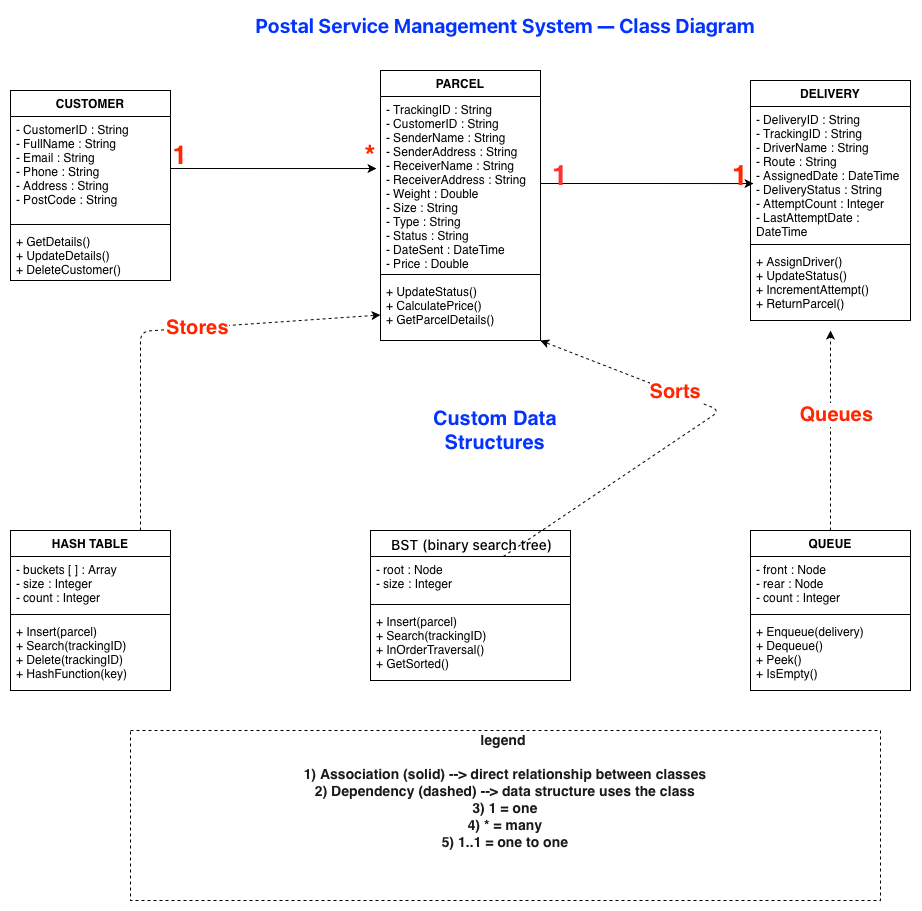
This is design/class-diagram.drawio.png from MeetMande/Postal-Service-Management-System, a draw.io export, as it was before one commit. Source tidied: cells renumbered, new cells last; positions are measured from the earlier drawing's top-left corner, leaving out a move shared by most shapes.
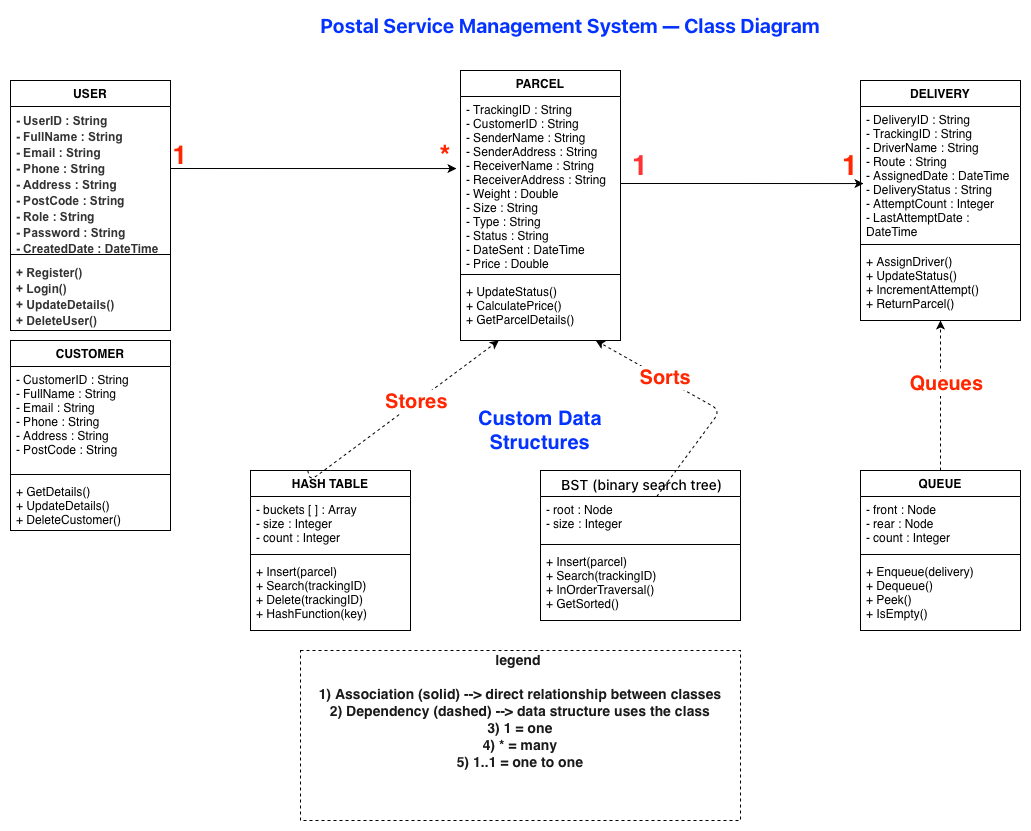
After the commit.

Diff of the diagram source:
```diff
@@ -3,7 +3,7 @@
     <mxCell id="0" />
     <mxCell id="1" parent="0" />
     <mxCell id="2" value="CUSTOMER" style="swimlane;fontStyle=1;align=center;verticalAlign=top;horizontal=1;startSize=26;whiteSpace=wrap;html=1;" parent="1" vertex="1">
-      <mxGeometry y="80" width="160" height="190" as="geometry" />
+      <mxGeometry y="330" width="160" height="190" as="geometry" />
     </mxCell>
     <mxCell id="3" value="&lt;div&gt;- CustomerID : String&lt;/div&gt;&lt;div&gt;- FullName : String&lt;/div&gt;&lt;div&gt;- Email : String&lt;/div&gt;&lt;div&gt;- Phone : String&lt;/div&gt;&lt;div&gt;- Address : String&lt;/div&gt;&lt;div&gt;- PostCode : String&lt;/div&gt;" style="text;strokeColor=none;fillColor=none;align=left;verticalAlign=top;spacingLeft=4;spacingRight=4;overflow=hidden;whiteSpace=wrap;html=1;" parent="2" vertex="1">
       <mxGeometry y="26" width="160" height="104" as="geometry" />
@@ -15,7 +15,7 @@
       <mxGeometry y="138" width="160" height="52" as="geometry" />
     </mxCell>
     <mxCell id="6" value="PARCEL" style="swimlane;fontStyle=1;align=center;verticalAlign=top;horizontal=1;startSize=26;whiteSpace=wrap;html=1;" parent="1" vertex="1">
-      <mxGeometry x="370" y="60" width="160" height="270" as="geometry" />
+      <mxGeometry x="450" y="60" width="160" height="270" as="geometry" />
     </mxCell>
     <mxCell id="7" value="&lt;div&gt;- TrackingID : String&lt;/div&gt;&lt;div&gt;- CustomerID : String&lt;/div&gt;&lt;div&gt;- SenderName : String&lt;/div&gt;&lt;div&gt;- SenderAddress : String&lt;/div&gt;&lt;div&gt;- ReceiverName : String&lt;/div&gt;&lt;div&gt;- ReceiverAddress : String&lt;/div&gt;&lt;div&gt;- Weight : Double&lt;/div&gt;&lt;div&gt;- Size : String&lt;/div&gt;&lt;div&gt;- Type : String&lt;/div&gt;&lt;div&gt;- Status : String&lt;/div&gt;&lt;div&gt;- DateSent : DateTime&lt;/div&gt;&lt;div&gt;- Price : Double&lt;/div&gt;" style="text;strokeColor=none;fillColor=none;align=left;verticalAlign=top;spacingLeft=4;spacingRight=4;overflow=hidden;points=[[0,0.5],[1,0.5]];portConstraint=eastwest;whiteSpace=wrap;html=1;" parent="6" vertex="1">
       <mxGeometry y="26" width="160" height="174" as="geometry" />
@@ -27,7 +27,7 @@
       <mxGeometry y="208" width="160" height="62" as="geometry" />
     </mxCell>
     <mxCell id="10" value="DELIVERY" style="swimlane;fontStyle=1;align=center;verticalAlign=top;horizontal=1;startSize=26;whiteSpace=wrap;html=1;" parent="1" vertex="1">
-      <mxGeometry x="740" y="70" width="160" height="240" as="geometry" />
+      <mxGeometry x="850" y="70" width="160" height="240" as="geometry" />
     </mxCell>
     <mxCell id="11" value="&lt;div&gt;- DeliveryID : String&lt;/div&gt;&lt;div&gt;- TrackingID : String&lt;/div&gt;&lt;div&gt;- DriverName : String&lt;/div&gt;&lt;div&gt;- Route : String&lt;/div&gt;&lt;div&gt;- AssignedDate : DateTime&lt;/div&gt;&lt;div&gt;- DeliveryStatus : String&lt;/div&gt;&lt;div&gt;- AttemptCount : Integer&lt;/div&gt;&lt;div&gt;- LastAttemptDate : DateTime&lt;/div&gt;" style="text;strokeColor=none;fillColor=none;align=left;verticalAlign=top;spacingLeft=4;spacingRight=4;overflow=hidden;points=[[0,0.5],[1,0.5]];portConstraint=eastwest;whiteSpace=wrap;html=1;" parent="10" vertex="1">
       <mxGeometry y="26" width="160" height="134" as="geometry" />
@@ -39,7 +39,7 @@
       <mxGeometry y="168" width="160" height="72" as="geometry" />
     </mxCell>
     <mxCell id="14" value="HASH TABLE" style="swimlane;fontStyle=1;align=center;verticalAlign=top;horizontal=1;startSize=26;whiteSpace=wrap;html=1;" parent="1" vertex="1">
-      <mxGeometry y="520" width="160" height="160" as="geometry" />
+      <mxGeometry x="240" y="460" width="160" height="160" as="geometry" />
     </mxCell>
     <mxCell id="15" value="&lt;div&gt;- buckets [ ] : Array&lt;/div&gt;&lt;div&gt;- size : Integer&lt;/div&gt;&lt;div&gt;- count : Integer&lt;/div&gt;" style="text;strokeColor=none;fillColor=none;align=left;verticalAlign=top;spacingLeft=4;spacingRight=4;overflow=hidden;whiteSpace=wrap;html=1;" parent="14" vertex="1">
       <mxGeometry y="26" width="160" height="54" as="geometry" />
@@ -51,13 +51,13 @@
       <mxGeometry y="88" width="160" height="72" as="geometry" />
     </mxCell>
     <mxCell id="18" value="&lt;span style=&quot;text-align: start; white-space: nowrap; font-family: &amp;quot;Anthropic Sans&amp;quot;, -apple-system, BlinkMacSystemFont, &amp;quot;Segoe UI&amp;quot;, sans-serif; color: light-dark(rgb(4, 51, 255), rgb(237, 237, 237));&quot;&gt;&lt;b&gt;&lt;font style=&quot;font-size: 20px;&quot;&gt;Postal Service Management System — Class Diagram&lt;/font&gt;&lt;/b&gt;&lt;/span&gt;" style="text;html=1;whiteSpace=wrap;strokeColor=none;fillColor=none;align=center;verticalAlign=middle;rounded=0;" parent="1" vertex="1">
-      <mxGeometry x="465" width="60" height="30" as="geometry" />
+      <mxGeometry x="530" width="60" height="30" as="geometry" />
     </mxCell>
     <mxCell id="19" value="&lt;b&gt;&lt;font style=&quot;color: light-dark(rgb(4, 51, 255), rgb(237, 237, 237)); font-size: 20px;&quot;&gt;Custom Data Structures&lt;/font&gt;&lt;/b&gt;" style="text;html=1;whiteSpace=wrap;strokeColor=none;fillColor=none;align=center;verticalAlign=middle;rounded=0;" parent="1" vertex="1">
-      <mxGeometry x="390" y="399" width="190" height="41" as="geometry" />
+      <mxGeometry x="435" y="399" width="190" height="41" as="geometry" />
     </mxCell>
     <mxCell id="20" value="&lt;div style=&quot;text-align: start;&quot;&gt;&lt;font face=&quot;Anthropic Sans, -apple-system, BlinkMacSystemFont, Segoe UI, sans-serif&quot;&gt;&lt;span style=&quot;font-size: 14px; font-weight: 500; text-wrap-mode: nowrap;&quot;&gt;&amp;nbsp;&lt;/span&gt;&lt;/font&gt;&lt;span style=&quot;font-family: &amp;quot;Anthropic Sans&amp;quot;, -apple-system, BlinkMacSystemFont, &amp;quot;Segoe UI&amp;quot;, sans-serif; font-size: 14px; font-weight: 500; white-space: nowrap;&quot;&gt;BST (binary search tree)&lt;/span&gt;&lt;/div&gt;" style="swimlane;fontStyle=1;align=center;verticalAlign=top;horizontal=1;startSize=26;whiteSpace=wrap;html=1;" parent="1" vertex="1">
-      <mxGeometry x="360" y="520" width="200" height="150" as="geometry" />
+      <mxGeometry x="530" y="460" width="200" height="150" as="geometry" />
     </mxCell>
     <mxCell id="21" value="&lt;div&gt;- root : Node&lt;/div&gt;&lt;div&gt;- size : Integer&lt;/div&gt;" style="text;strokeColor=none;fillColor=none;align=left;verticalAlign=top;spacingLeft=4;spacingRight=4;overflow=hidden;points=[[0,0.5],[1,0.5]];portConstraint=eastwest;whiteSpace=wrap;html=1;" parent="20" vertex="1">
       <mxGeometry y="26" width="200" height="44" as="geometry" />
@@ -69,7 +69,7 @@
       <mxGeometry y="78" width="200" height="72" as="geometry" />
     </mxCell>
     <mxCell id="24" value="QUEUE" style="swimlane;fontStyle=1;align=center;verticalAlign=top;horizontal=1;startSize=26;whiteSpace=wrap;html=1;rounded=0;swimlaneLine=1;" parent="1" vertex="1">
-      <mxGeometry x="740" y="520" width="160" height="160" as="geometry" />
+      <mxGeometry x="850" y="460" width="160" height="160" as="geometry" />
     </mxCell>
     <mxCell id="25" value="&lt;div&gt;- front : Node&lt;/div&gt;&lt;div&gt;- rear : Node&lt;/div&gt;&lt;div&gt;- count : Integer&lt;/div&gt;" style="text;strokeColor=none;fillColor=none;align=left;verticalAlign=top;spacingLeft=4;spacingRight=4;overflow=hidden;whiteSpace=wrap;html=1;" parent="24" vertex="1">
       <mxGeometry y="26" width="160" height="54" as="geometry" />
@@ -91,8 +91,7 @@
     <mxCell id="30" style="dashed=1;" parent="1" edge="1" source="14" target="9">
       <mxGeometry relative="1" as="geometry">
         <Array as="points">
-          <mxPoint x="130" y="520" />
-          <mxPoint x="130" y="321" />
+          <mxPoint x="300" y="470" />
         </Array>
       </mxGeometry>
     </mxCell>
@@ -109,10 +108,8 @@
     <mxCell id="33" value="&lt;b&gt;&lt;font style=&quot;font-size: 20px; color: light-dark(rgb(255, 38, 0), rgb(237, 237, 237));&quot;&gt;Sorts&lt;/font&gt;&lt;/b&gt;" style="edgeLabel;html=1;align=center;verticalAlign=middle;" parent="32" vertex="1">
       <mxGeometry x="0.37" y="-2" relative="1" as="geometry" />
     </mxCell>
-    <mxCell id="34" style="dashed=1;" parent="1" edge="1" source="24">
-      <mxGeometry relative="1" as="geometry">
-        <mxPoint x="820" y="320" as="targetPoint" />
-      </mxGeometry>
+    <mxCell id="34" style="dashed=1;" parent="1" edge="1" source="24" target="13">
+      <mxGeometry relative="1" as="geometry" />
     </mxCell>
     <mxCell id="35" value="&lt;b&gt;&lt;font style=&quot;font-size: 20px; color: light-dark(rgb(255, 38, 0), rgb(237, 237, 237));&quot;&gt;Queues&lt;/font&gt;&lt;/b&gt;" style="edgeLabel;html=1;align=center;verticalAlign=middle;" parent="34" vertex="1">
       <mxGeometry x="0.17" y="-5" relative="1" as="geometry" />
@@ -121,16 +118,28 @@
       <mxGeometry x="140" y="130" width="60" height="30" as="geometry" />
     </mxCell>
     <mxCell id="37" value="&lt;font style=&quot;font-size: 28px;&quot;&gt;&lt;b style=&quot;color: light-dark(rgb(255, 38, 0), rgb(237, 237, 237));&quot;&gt;*&lt;/b&gt;&lt;/font&gt;" style="text;html=1;whiteSpace=wrap;strokeColor=none;fillColor=none;align=center;verticalAlign=middle;rounded=0;" parent="1" vertex="1">
-      <mxGeometry x="330" y="130" width="60" height="30" as="geometry" />
+      <mxGeometry x="405" y="130" width="60" height="30" as="geometry" />
     </mxCell>
     <mxCell id="38" value="&lt;b&gt;&lt;font style=&quot;color: rgb(255, 51, 51); font-size: 28px;&quot;&gt;1&lt;/font&gt;&lt;/b&gt;" style="text;html=1;whiteSpace=wrap;strokeColor=none;fillColor=none;align=center;verticalAlign=middle;rounded=0;" parent="1" vertex="1">
-      <mxGeometry x="520" y="150" width="60" height="30" as="geometry" />
+      <mxGeometry x="600" y="140" width="60" height="30" as="geometry" />
     </mxCell>
     <mxCell id="39" value="&lt;b&gt;&lt;font style=&quot;color: light-dark(rgb(255, 38, 0), rgb(237, 237, 237)); font-size: 28px;&quot;&gt;1&lt;/font&gt;&lt;/b&gt;" style="text;html=1;whiteSpace=wrap;strokeColor=none;fillColor=none;align=center;verticalAlign=middle;rounded=0;" parent="1" vertex="1">
-      <mxGeometry x="700" y="150" width="60" height="30" as="geometry" />
+      <mxGeometry x="810" y="140" width="60" height="30" as="geometry" />
     </mxCell>
     <mxCell id="40" value=" &#10;&#10;legend &#10;&#10;1) Association (solid) --&gt; direct relationship between classes&#10;2) Dependency (dashed) --&gt; data structure uses the class&#10;3) 1 = one&#10;4) * = many&#10;5) 1..1 = one to one&#10;&#10;&#10;&#10;&#10;" style="dashed=1;fillColor=none;fontStyle=1;fontColor=#1A1A1A;fontSize=14;" parent="1" vertex="1">
-      <mxGeometry x="120" y="720" width="750" height="170" as="geometry" />
+      <mxGeometry x="290" y="640" width="440" height="170" as="geometry" />
     </mxCell>
+    <mxCell id="41" value="USER" style="swimlane;fontStyle=1;align=center;verticalAlign=top;horizontal=1;startSize=26;whiteSpace=wrap;html=1;" parent="1" vertex="1">
+      <mxGeometry y="70" width="160" height="250" as="geometry" />
+    </mxCell>
+    <mxCell id="42" value="&lt;div class=&quot;field&quot; style=&quot;box-sizing: border-box; margin: 0px; padding: 1px 0px; color: rgb(51, 51, 51); font-family: Arial, sans-serif;&quot;&gt;&lt;font&gt;&lt;b&gt;- UserID : String&lt;/b&gt;&lt;/font&gt;&lt;/div&gt;&lt;div class=&quot;field&quot; style=&quot;box-sizing: border-box; margin: 0px; padding: 1px 0px; color: rgb(51, 51, 51); font-family: Arial, sans-serif;&quot;&gt;&lt;font&gt;&lt;b&gt;- FullName : String&lt;/b&gt;&lt;/font&gt;&lt;/div&gt;&lt;div class=&quot;field&quot; style=&quot;box-sizing: border-box; margin: 0px; padding: 1px 0px; color: rgb(51, 51, 51); font-family: Arial, sans-serif;&quot;&gt;&lt;font&gt;&lt;b&gt;- Email : String&lt;/b&gt;&lt;/font&gt;&lt;/div&gt;&lt;div class=&quot;field&quot; style=&quot;box-sizing: border-box; margin: 0px; padding: 1px 0px; color: rgb(51, 51, 51); font-family: Arial, sans-serif;&quot;&gt;&lt;font&gt;&lt;b&gt;- Phone : String&lt;/b&gt;&lt;/font&gt;&lt;/div&gt;&lt;div class=&quot;field&quot; style=&quot;box-sizing: border-box; margin: 0px; padding: 1px 0px; color: rgb(51, 51, 51); font-family: Arial, sans-serif;&quot;&gt;&lt;font&gt;&lt;b&gt;- Address : String&lt;/b&gt;&lt;/font&gt;&lt;/div&gt;&lt;div class=&quot;field&quot; style=&quot;box-sizing: border-box; margin: 0px; padding: 1px 0px; color: rgb(51, 51, 51); font-family: Arial, sans-serif;&quot;&gt;&lt;font&gt;&lt;b&gt;- PostCode : String&lt;/b&gt;&lt;/font&gt;&lt;/div&gt;&lt;div class=&quot;field&quot; style=&quot;box-sizing: border-box; margin: 0px; padding: 1px 0px; color: rgb(51, 51, 51); font-family: Arial, sans-serif;&quot;&gt;&lt;font&gt;&lt;b&gt;- Role : String&lt;/b&gt;&lt;/font&gt;&lt;/div&gt;&lt;div class=&quot;field&quot; style=&quot;box-sizing: border-box; margin: 0px; padding: 1px 0px; color: rgb(51, 51, 51); font-family: Arial, sans-serif;&quot;&gt;&lt;font&gt;&lt;b&gt;- Password : String&lt;/b&gt;&lt;/font&gt;&lt;/div&gt;&lt;div class=&quot;field&quot; style=&quot;box-sizing: border-box; margin: 0px; padding: 1px 0px; color: rgb(51, 51, 51); font-family: Arial, sans-serif;&quot;&gt;&lt;font&gt;&lt;b&gt;- CreatedDate : DateTime&lt;/b&gt;&lt;/font&gt;&lt;/div&gt;" style="text;strokeColor=none;fillColor=none;align=left;verticalAlign=top;spacingLeft=4;spacingRight=4;overflow=hidden;whiteSpace=wrap;html=1;" parent="41" vertex="1">
+      <mxGeometry y="26" width="160" height="144" as="geometry" />
+    </mxCell>
+    <mxCell id="43" style="line;strokeWidth=1;fillColor=none;align=left;verticalAlign=middle;spacingTop=-1;spacingLeft=3;spacingRight=3;labelPosition=right;strokeColor=inherit;" parent="41" vertex="1">
+      <mxGeometry y="170" width="160" height="8" as="geometry" />
+    </mxCell>
+    <mxCell id="44" value="&lt;div class=&quot;method&quot; style=&quot;box-sizing: border-box; margin: 0px; padding: 1px 0px; color: rgb(51, 51, 51); font-family: Arial, sans-serif;&quot;&gt;&lt;b&gt;&lt;font&gt;+ Register()&lt;/font&gt;&lt;/b&gt;&lt;/div&gt;&lt;div class=&quot;method&quot; style=&quot;box-sizing: border-box; margin: 0px; padding: 1px 0px; color: rgb(51, 51, 51); font-family: Arial, sans-serif;&quot;&gt;&lt;b&gt;&lt;font&gt;+ Login()&lt;/font&gt;&lt;/b&gt;&lt;/div&gt;&lt;div class=&quot;method&quot; style=&quot;box-sizing: border-box; margin: 0px; padding: 1px 0px; color: rgb(51, 51, 51); font-family: Arial, sans-serif;&quot;&gt;&lt;b&gt;&lt;font&gt;+ UpdateDetails()&lt;/font&gt;&lt;/b&gt;&lt;/div&gt;&lt;div class=&quot;method&quot; style=&quot;box-sizing: border-box; margin: 0px; padding: 1px 0px; color: rgb(51, 51, 51); font-family: Arial, sans-serif;&quot;&gt;&lt;b&gt;&lt;font&gt;+ DeleteUser()&lt;/font&gt;&lt;/b&gt;&lt;/div&gt;" style="text;strokeColor=none;fillColor=none;align=left;verticalAlign=top;spacingLeft=4;spacingRight=4;overflow=hidden;whiteSpace=wrap;html=1;" parent="41" vertex="1">
+      <mxGeometry y="178" width="160" height="72" as="geometry" />
+    </mxCell>
   </root>
 </mxGraphModel>
```
